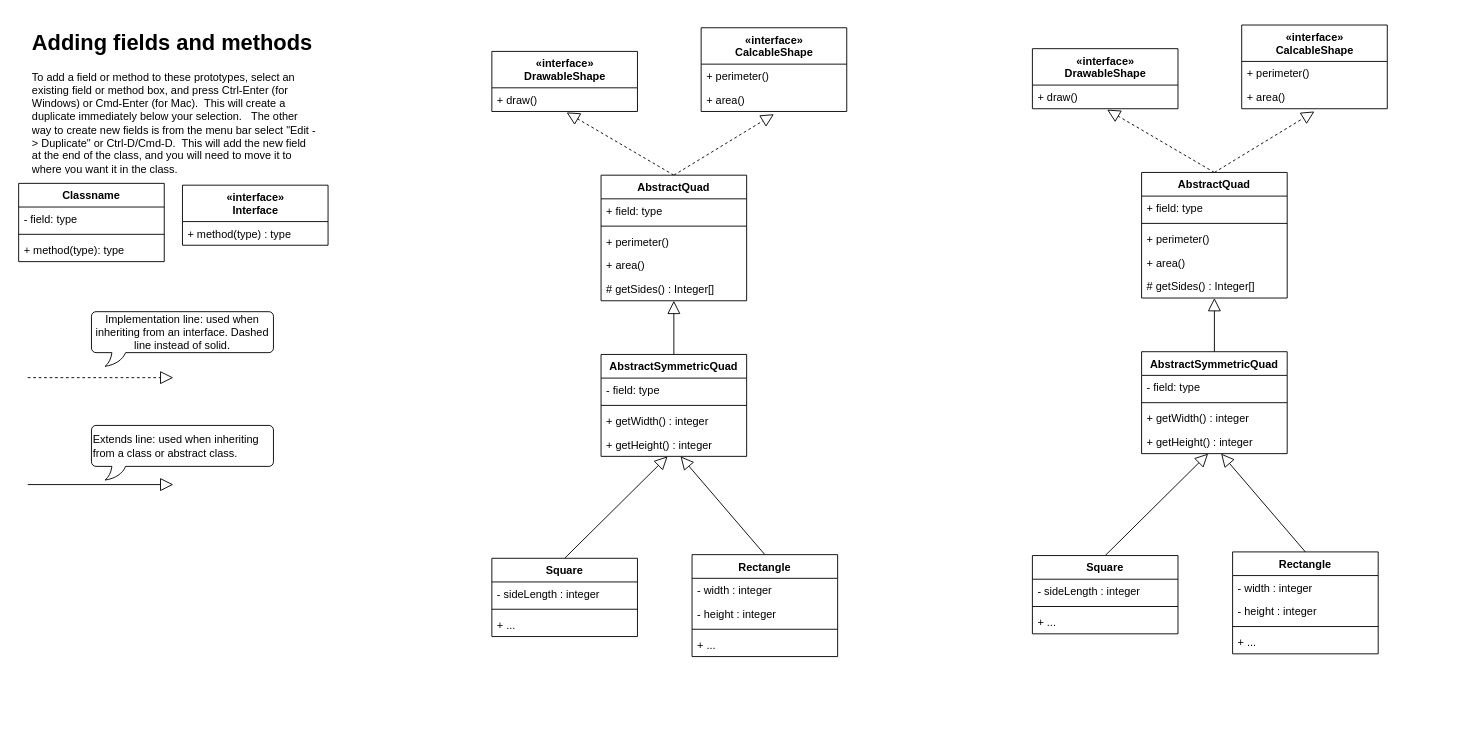
Above: CiSC210_UMLdiagram.drawio in nateqdruen/CiSC210homework (draw.io), before the change. Source tidied: cells renumbered, new cells numbered last; positions are measured from the earlier drawing's top-left corner, leaving out a move shared by most shapes. Both pictures are drawn from the tidied source at 91%, with x=0, y=0 at pixel (18, 25).
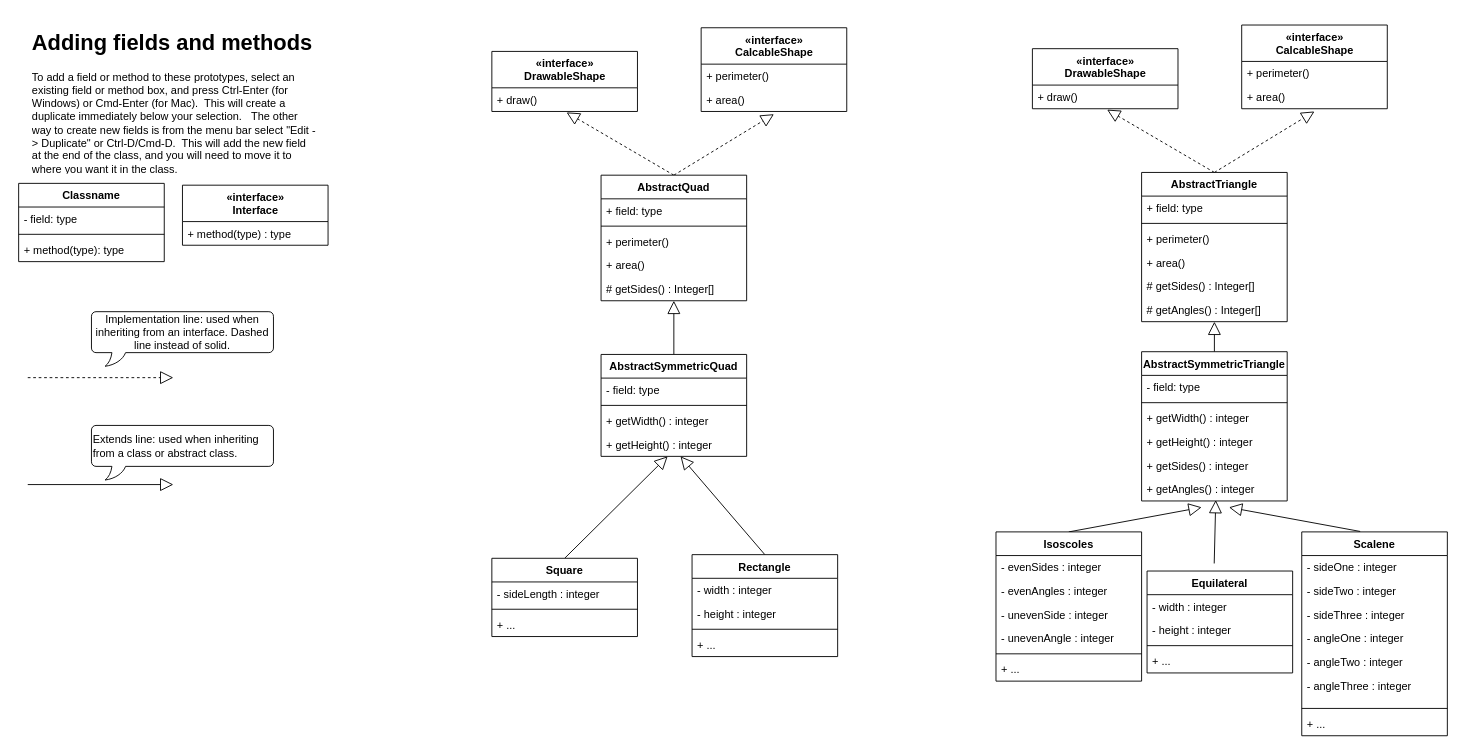
Above is the later version.

Unchanged cells that the change refers to:
```xml
<mxCell id="56" value="+ getHeight() : integer" style="text;strokeColor=none;fillColor=none;align=left;verticalAlign=top;spacingLeft=4;spacingRight=4;overflow=hidden;points=[[0,0.5],[1,0.5]];portConstraint=eastwest;" parent="52" vertex="1">
  <mxGeometry y="86" width="160" height="26" as="geometry" />
</mxCell>
```

Change to the diagram source:
```diff
@@
-    <mxCell id="45" value="AbstractQuad" style="swimlane;fontStyle=1;align=center;verticalAlign=top;horizontal=1;startSize=26;" parent="1" vertex="1">
-      <mxGeometry x="1234" y="162" width="160" height="138" as="geometry" />
+    <mxCell id="45" value="AbstractTriangle" style="swimlane;fontStyle=1;align=center;verticalAlign=top;horizontal=1;startSize=26;" parent="1" vertex="1">
+      <mxGeometry x="1234" y="162" width="160" height="164" as="geometry" />
     </mxCell>
@@
+    <mxCell id="73" value="# getAngles() : Integer[]" style="text;strokeColor=none;fillColor=none;align=left;verticalAlign=top;spacingLeft=4;spacingRight=4;overflow=hidden;" parent="45" vertex="1">
+      <mxGeometry y="138" width="160" height="26" as="geometry" />
+    </mxCell>
@@
-    <mxCell id="52" value="AbstractSymmetricQuad" style="swimlane;fontStyle=1;align=center;verticalAlign=top;horizontal=1;startSize=26;" parent="1" vertex="1">
-      <mxGeometry x="1234" y="359" width="160" height="112" as="geometry" />
+    <mxCell id="52" value="AbstractSymmetricTriangle&#10;" style="swimlane;fontStyle=1;align=center;verticalAlign=top;horizontal=1;startSize=26;" parent="1" vertex="1">
+      <mxGeometry x="1234" y="359" width="160" height="164" as="geometry" />
     </mxCell>
@@
+    <mxCell id="74" value="+ getSides() : integer" style="text;strokeColor=none;fillColor=none;align=left;verticalAlign=top;spacingLeft=4;spacingRight=4;overflow=hidden;" parent="52" vertex="1">
+      <mxGeometry y="112" width="160" height="26" as="geometry" />
+    </mxCell>
+    <mxCell id="75" value="+ getAngles() : integer" style="text;strokeColor=none;fillColor=none;align=left;verticalAlign=top;spacingLeft=4;spacingRight=4;overflow=hidden;" parent="52" vertex="1">
+      <mxGeometry y="138" width="160" height="26" as="geometry" />
+    </mxCell>
+    <mxCell id="76" style="rounded=1;orthogonalLoop=1;jettySize=auto;html=1;orthogonal=1;exitX=0.5;exitY=0;exitDx=0;exitDy=0;endArrow=block;endFill=0;endSize=12;" parent="52" edge="1">
+      <mxGeometry relative="1" as="geometry">
+        <mxPoint x="240.2" y="197.5" as="sourcePoint" />
+        <mxPoint x="96" y="171" as="targetPoint" />
+      </mxGeometry>
+    </mxCell>
@@
-    <mxCell id="62" style="rounded=1;jettySize=auto;html=1;entryX=0.457;entryY=1;entryDx=0;entryDy=0;entryPerimeter=0;orthogonal=1;exitX=0.5;exitY=0;exitDx=0;exitDy=0;endArrow=block;endFill=0;endSize=12;" parent="1" edge="1" source="63" target="56">
-      <mxGeometry relative="1" as="geometry" />
+    <mxCell id="62" style="rounded=1;jettySize=auto;html=1;orthogonal=1;exitX=0.5;exitY=0;exitDx=0;exitDy=0;endArrow=block;endFill=0;endSize=12;" parent="1" edge="1" source="63">
+      <mxGeometry relative="1" as="geometry">
+        <mxPoint x="1300" y="530" as="targetPoint" />
+      </mxGeometry>
     </mxCell>
-    <mxCell id="63" value="Square" style="swimlane;fontStyle=1;align=center;verticalAlign=top;horizontal=1;startSize=26;" parent="1" vertex="1">
-      <mxGeometry x="1114" y="583" width="160" height="86" as="geometry" />
+    <mxCell id="63" value="Isoscoles" style="swimlane;fontStyle=1;align=center;verticalAlign=top;horizontal=1;startSize=26;" parent="1" vertex="1">
+      <mxGeometry x="1074" y="557" width="160" height="164" as="geometry" />
     </mxCell>
+    <mxCell id="77" value="- evenSides : integer" style="text;strokeColor=none;fillColor=none;align=left;verticalAlign=top;spacingLeft=4;spacingRight=4;overflow=hidden;" parent="63" vertex="1">
+      <mxGeometry y="26" width="160" height="26" as="geometry" />
+    </mxCell>
+    <mxCell id="78" value="- evenAngles : integer" style="text;strokeColor=none;fillColor=none;align=left;verticalAlign=top;spacingLeft=4;spacingRight=4;overflow=hidden;" parent="63" vertex="1">
+      <mxGeometry y="52" width="160" height="26" as="geometry" />
+    </mxCell>
+    <mxCell id="79" value="- unevenSide : integer" style="text;strokeColor=none;fillColor=none;align=left;verticalAlign=top;spacingLeft=4;spacingRight=4;overflow=hidden;" parent="63" vertex="1">
+      <mxGeometry y="78" width="160" height="26" as="geometry" />
+    </mxCell>
-    <mxCell id="64" value="- sideLength : integer" style="text;strokeColor=none;fillColor=none;align=left;verticalAlign=top;spacingLeft=4;spacingRight=4;overflow=hidden;" parent="63" vertex="1">
-      <mxGeometry y="26" width="160" height="26" as="geometry" />
+    <mxCell id="64" value="- unevenAngle : integer" style="text;strokeColor=none;fillColor=none;align=left;verticalAlign=top;spacingLeft=4;spacingRight=4;overflow=hidden;" parent="63" vertex="1">
+      <mxGeometry y="104" width="160" height="26" as="geometry" />
     </mxCell>
     <mxCell id="65" style="line;strokeWidth=1;fillColor=none;align=left;verticalAlign=middle;spacingTop=-1;spacingLeft=3;spacingRight=3;labelPosition=right;" parent="63" vertex="1">
-      <mxGeometry y="52" width="160" height="8" as="geometry" />
+      <mxGeometry y="130" width="160" height="8" as="geometry" />
     </mxCell>
     <mxCell id="66" value="+ ..." style="text;strokeColor=none;fillColor=none;align=left;verticalAlign=top;spacingLeft=4;spacingRight=4;overflow=hidden;" parent="63" vertex="1">
-      <mxGeometry y="60" width="160" height="26" as="geometry" />
+      <mxGeometry y="138" width="160" height="26" as="geometry" />
     </mxCell>
-    <mxCell id="67" style="rounded=1;jettySize=auto;html=1;entryX=0.546;entryY=1;entryDx=0;entryDy=0;entryPerimeter=0;orthogonal=1;exitX=0.5;exitY=0;exitDx=0;exitDy=0;endArrow=block;endFill=0;endSize=12;" parent="1" edge="1" source="68" target="56">
-      <mxGeometry relative="1" as="geometry" />
+    <mxCell id="67" style="rounded=1;orthogonalLoop=1;jettySize=auto;html=1;orthogonal=1;exitX=0.5;exitY=0;exitDx=0;exitDy=0;endArrow=block;endFill=0;endSize=12;" parent="1" edge="1">
+      <mxGeometry relative="1" as="geometry">
+        <mxPoint x="1313.8" y="591.7" as="sourcePoint" />
+        <mxPoint x="1315.5" y="522" as="targetPoint" />
+      </mxGeometry>
     </mxCell>
-    <mxCell id="68" value="Rectangle" style="swimlane;fontStyle=1;align=center;verticalAlign=top;horizontal=1;startSize=26;" parent="1" vertex="1">
-      <mxGeometry x="1334" y="579" width="160" height="112" as="geometry" />
+    <mxCell id="68" value="Equilateral" style="swimlane;fontStyle=1;align=center;verticalAlign=top;horizontal=1;startSize=26;" parent="1" vertex="1">
+      <mxGeometry x="1240" y="600" width="160" height="112" as="geometry" />
     </mxCell>
@@
+    <mxCell id="80" value="Scalene" style="swimlane;fontStyle=1;align=center;verticalAlign=top;horizontal=1;startSize=26;" parent="1" vertex="1">
+      <mxGeometry x="1410" y="557" width="160" height="224" as="geometry" />
+    </mxCell>
+    <mxCell id="81" value="- sideOne : integer" style="text;strokeColor=none;fillColor=none;align=left;verticalAlign=top;spacingLeft=4;spacingRight=4;overflow=hidden;" parent="80" vertex="1">
+      <mxGeometry y="26" width="160" height="26" as="geometry" />
+    </mxCell>
+    <mxCell id="82" value="- sideTwo : integer" style="text;strokeColor=none;fillColor=none;align=left;verticalAlign=top;spacingLeft=4;spacingRight=4;overflow=hidden;" parent="80" vertex="1">
+      <mxGeometry y="52" width="160" height="26" as="geometry" />
+    </mxCell>
+    <mxCell id="83" value="- sideThree : integer" style="text;strokeColor=none;fillColor=none;align=left;verticalAlign=top;spacingLeft=4;spacingRight=4;overflow=hidden;" parent="80" vertex="1">
+      <mxGeometry y="78" width="160" height="26" as="geometry" />
+    </mxCell>
+    <mxCell id="84" value="- angleOne : integer" style="text;strokeColor=none;fillColor=none;align=left;verticalAlign=top;spacingLeft=4;spacingRight=4;overflow=hidden;" parent="80" vertex="1">
+      <mxGeometry y="104" width="160" height="26" as="geometry" />
+    </mxCell>
+    <mxCell id="85" value="- angleTwo : integer" style="text;strokeColor=none;fillColor=none;align=left;verticalAlign=top;spacingLeft=4;spacingRight=4;overflow=hidden;" parent="80" vertex="1">
+      <mxGeometry y="130" width="160" height="26" as="geometry" />
+    </mxCell>
+    <mxCell id="86" value="- angleThree : integer" style="text;strokeColor=none;fillColor=none;align=left;verticalAlign=top;spacingLeft=4;spacingRight=4;overflow=hidden;" parent="80" vertex="1">
+      <mxGeometry y="156" width="160" height="34" as="geometry" />
+    </mxCell>
+    <mxCell id="87" style="line;strokeWidth=1;fillColor=none;align=left;verticalAlign=middle;spacingTop=-1;spacingLeft=3;spacingRight=3;labelPosition=right;" parent="80" vertex="1">
+      <mxGeometry y="190" width="160" height="8" as="geometry" />
+    </mxCell>
+    <mxCell id="88" value="+ ..." style="text;strokeColor=none;fillColor=none;align=left;verticalAlign=top;spacingLeft=4;spacingRight=4;overflow=hidden;" parent="80" vertex="1">
+      <mxGeometry y="198" width="160" height="26" as="geometry" />
+    </mxCell>
```
